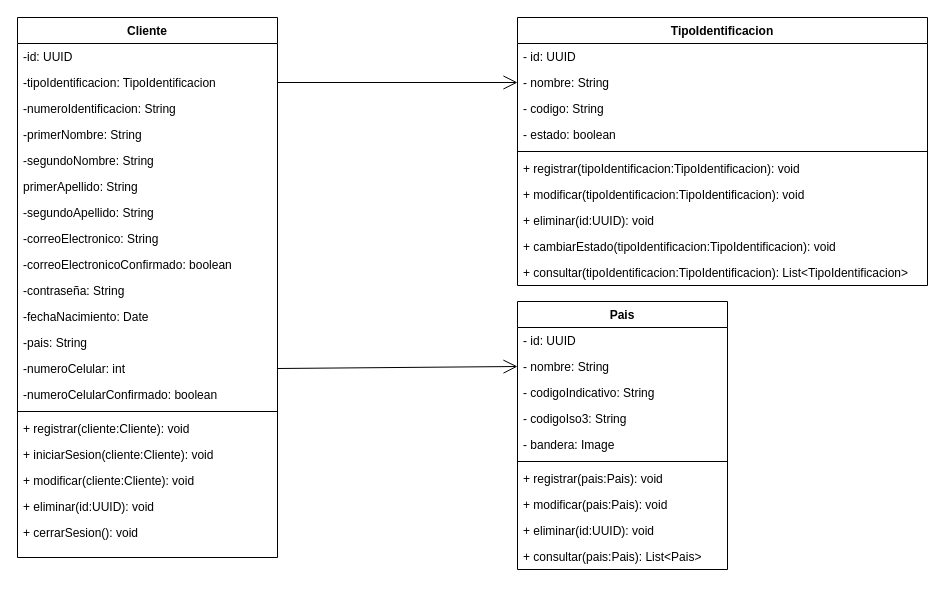
Above: page "Diagrama Clases Cliente" (13 of 16) of Restaurante_Disenio.drawio in andrescardo98/doo (draw.io), before the change. Source tidied: cells renumbered, new cells numbered last; positions are measured from the earlier drawing's top-left corner, leaving out a move shared by most shapes. Both pictures are drawn from the tidied source at 100%, with x=0, y=0 at pixel (17, 17).
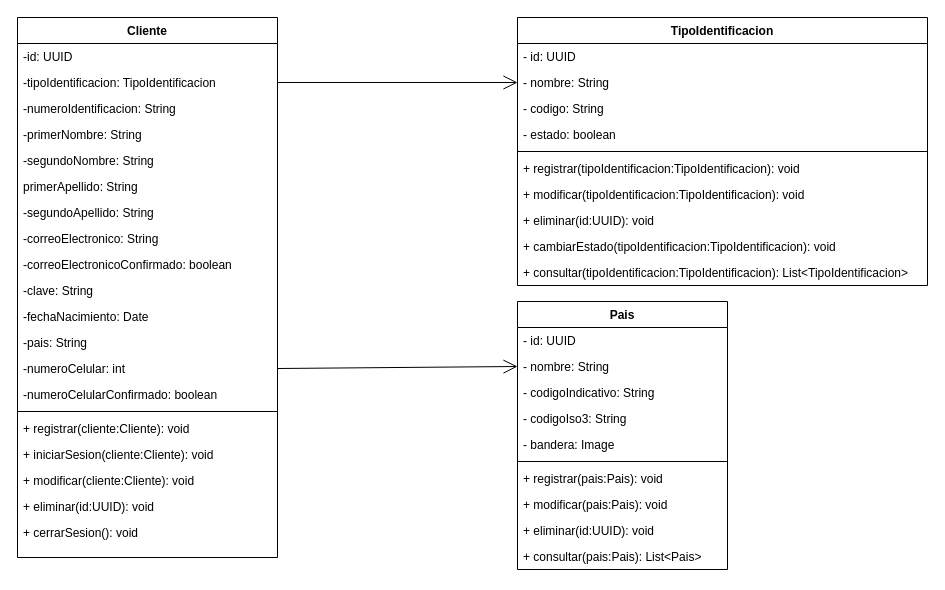
After the change.

The change refers to these unchanged cells:
```xml
<mxCell id="2" value="Cliente" style="swimlane;fontStyle=1;align=center;verticalAlign=top;horizontal=1;startSize=26;whiteSpace=wrap;html=1;" parent="1" vertex="1">
  <mxGeometry width="260" height="540" as="geometry" />
</mxCell>
```

Diff of the diagram source:
```diff
@@
-    <mxCell id="12" value="-contraseña: String" style="text;strokeColor=none;fillColor=none;align=left;verticalAlign=top;spacingLeft=4;spacingRight=4;overflow=hidden;whiteSpace=wrap;html=1;" parent="2" vertex="1">
+    <mxCell id="12" value="-clave: String" style="text;strokeColor=none;fillColor=none;align=left;verticalAlign=top;spacingLeft=4;spacingRight=4;overflow=hidden;whiteSpace=wrap;html=1;" parent="2" vertex="1">
       <mxGeometry y="260" width="260" height="26" as="geometry" />
     </mxCell>
```
